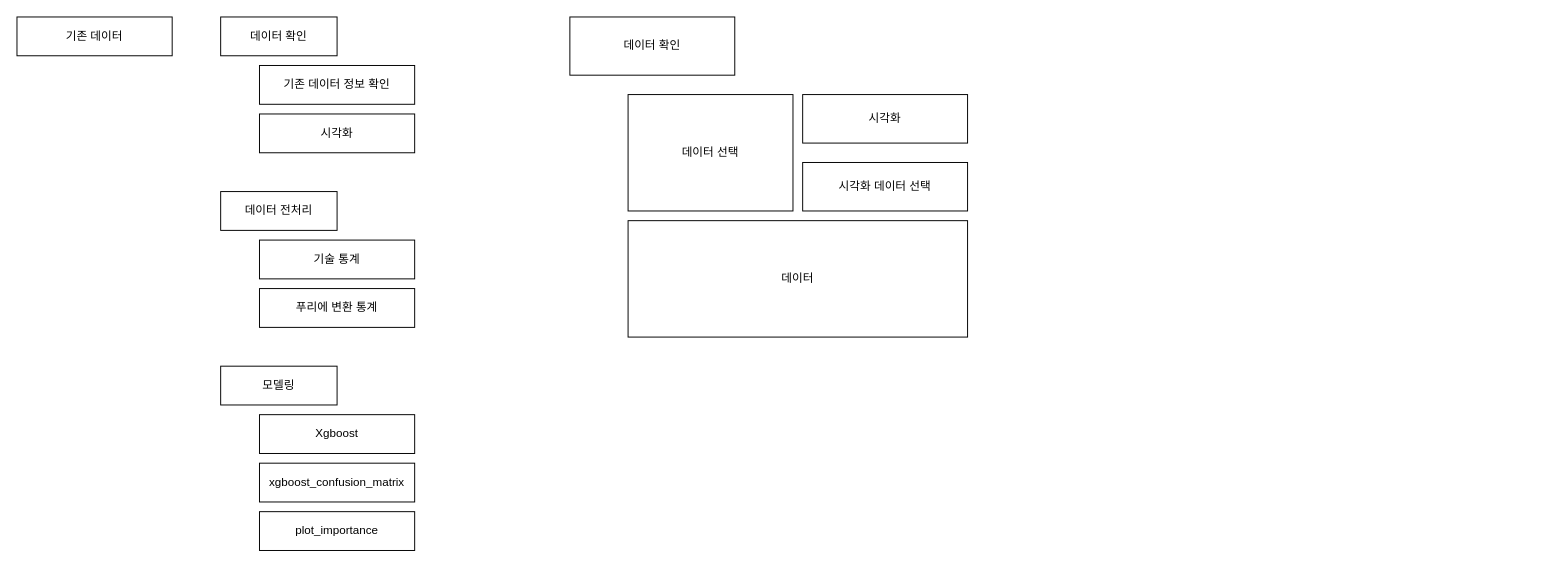
This is 샤이니앱_개발.drawio from TaegyuHan/R_Shiny_App, a draw.io file, before an edit. Source tidied: cells renumbered, new cells numbered last; positions are measured from the earlier drawing's top-left corner, leaving out a move shared by most shapes. Both pictures are drawn from the tidied source at 97%, with x=0, y=0 at pixel (16, 16).
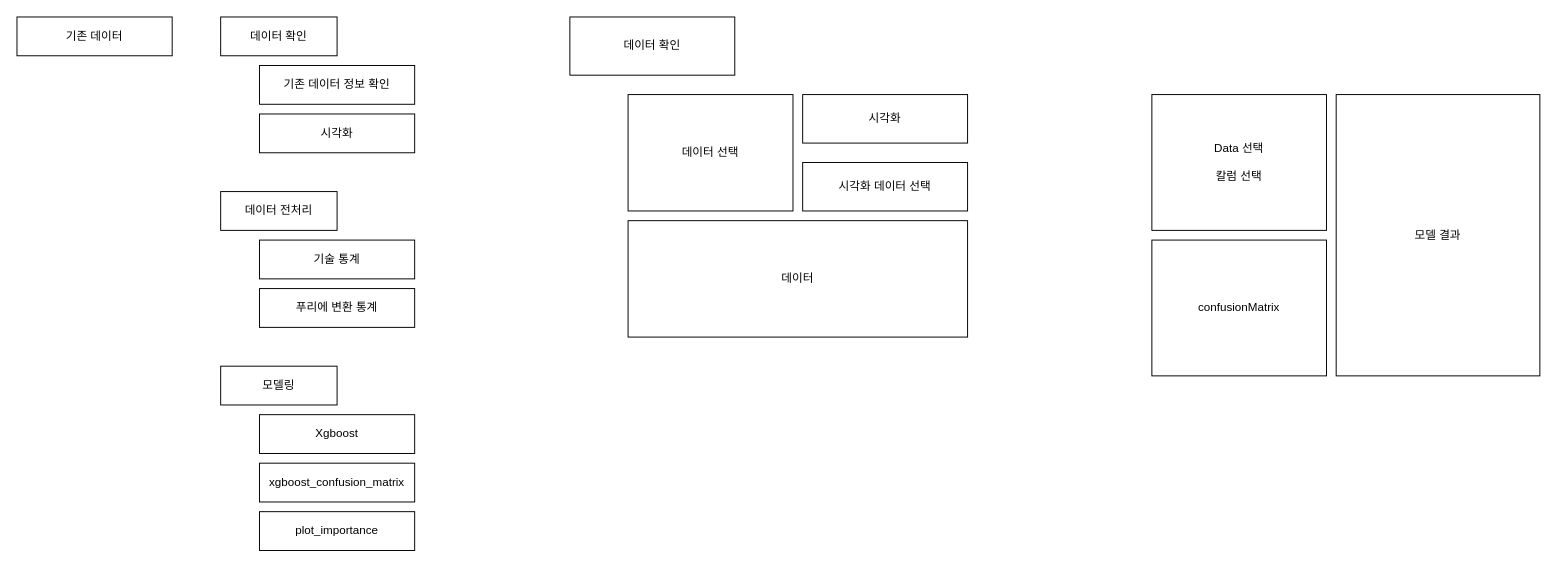
The same page after the edit.

Change to the diagram source:
```diff
@@
+    <mxCell id="18" value="Data 선택&lt;br&gt;&lt;br&gt;칼럼 선택" style="rounded=0;whiteSpace=wrap;html=1;" parent="1" vertex="1">
+      <mxGeometry x="1170" y="80" width="180" height="140" as="geometry" />
+    </mxCell>
+    <mxCell id="19" value="confusionMatrix" style="rounded=0;whiteSpace=wrap;html=1;" parent="1" vertex="1">
+      <mxGeometry x="1170" y="230" width="180" height="140" as="geometry" />
+    </mxCell>
+    <mxCell id="20" value="모델 결과" style="rounded=0;whiteSpace=wrap;html=1;" parent="1" vertex="1">
+      <mxGeometry x="1360" y="80" width="210" height="290" as="geometry" />
+    </mxCell>
```
